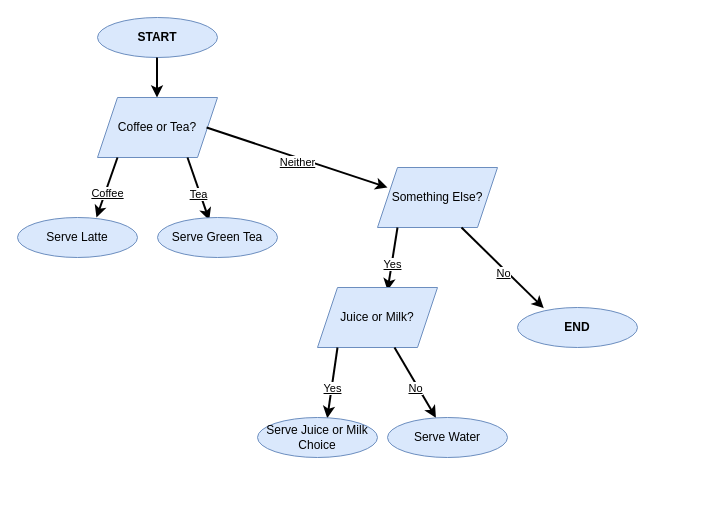
Earlier version of the draw.io diagram User Question Pseudocode and Flowchart.drawio (yogicoderanne/Mod-1-User-Question-Pseudocode-Flowchart). Source tidied: cells renumbered, new cells numbered last; positions are measured from the earlier drawing's top-left corner, leaving out a move shared by most shapes. Both pictures are drawn from the tidied source at 100%, with x=0, y=0 at pixel (17, 17).
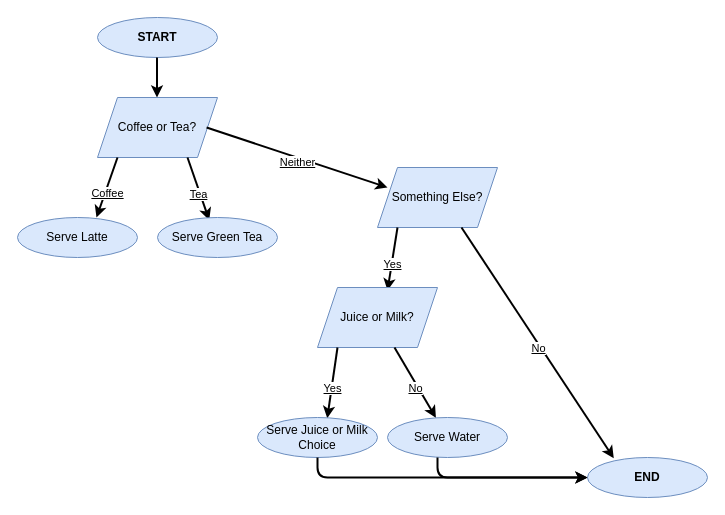
Above is the later version.

Commit message:
Added final terminator and changed directional paths

Change to the diagram source:
```diff
@@
     <mxCell id="3" value="&lt;b&gt;END&lt;/b&gt;" style="ellipse;whiteSpace=wrap;html=1;fillColor=#dae8fc;strokeColor=#6c8ebf;" parent="1" vertex="1">
-      <mxGeometry x="500" y="290" width="120" height="40" as="geometry" />
+      <mxGeometry x="570" y="440" width="120" height="40" as="geometry" />
     </mxCell>
@@
+    <mxCell id="26" style="endArrow=classic;html=1;strokeWidth=2;entryX=0;entryY=0.5;entryDx=0;entryDy=0;" parent="1" edge="1" target="3">
+      <mxGeometry relative="1" as="geometry">
+        <mxPoint x="300" y="440" as="sourcePoint" />
+        <Array as="points">
+          <mxPoint x="300" y="460" />
+        </Array>
+      </mxGeometry>
+    </mxCell>
+    <mxCell id="27" style="endArrow=classic;html=1;strokeWidth=2;entryX=0;entryY=0.5;entryDx=0;entryDy=0;" parent="1" edge="1" target="3">
+      <mxGeometry relative="1" as="geometry">
+        <mxPoint x="420" y="440" as="sourcePoint" />
+        <Array as="points">
+          <mxPoint x="420" y="460" />
+        </Array>
+      </mxGeometry>
+    </mxCell>
```
